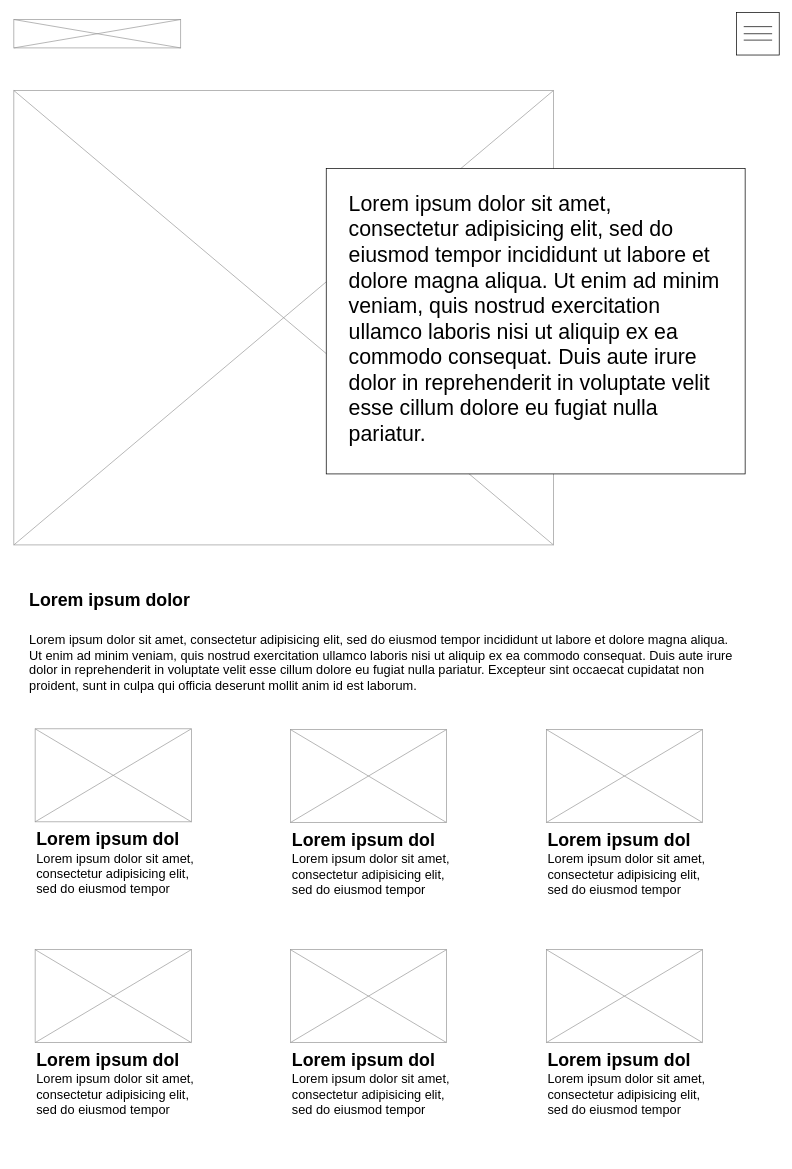
Tolaji/wdd130 keeps this draw.io diagram as page "About" (3 of 5) of portfolio/Pelican Prince Profile.drawio. Above is the earlier version. Source tidied: cells renumbered, new cells numbered last; positions are measured from the earlier drawing's top-left corner, leaving out a move shared by most shapes. Both pictures are drawn from the tidied source at 71%, with x=0, y=0 at pixel (13, 12).
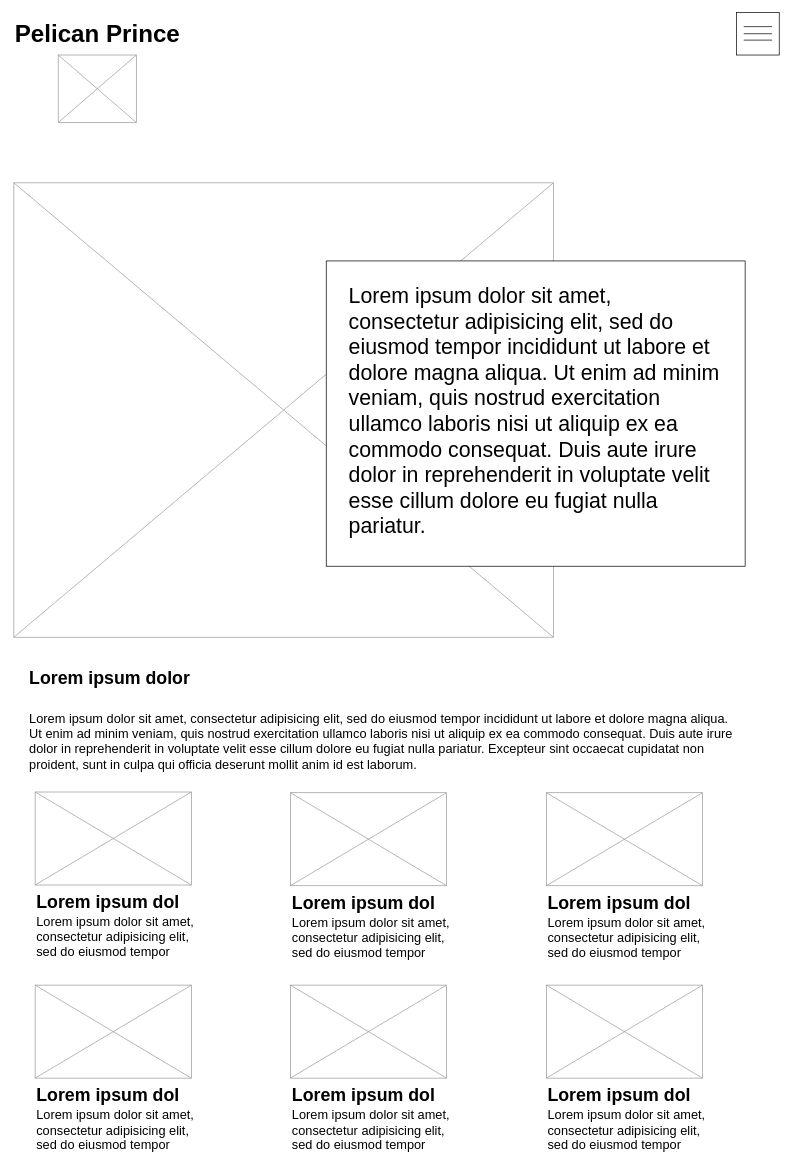
Above is the later version.

What changed in the source:
```diff
@@
     <mxCell id="2" value="Lorem ipsum dolor sit amet, consectetur adipisicing elit, sed do eiusmod tempor incididunt ut labore et dolore magna aliqua. Ut enim ad minim veniam, quis nostrud exercitation ullamco laboris nisi ut aliquip ex ea commodo consequat. Duis aute irure dolor in reprehenderit in voluptate velit esse cillum dolore eu fugiat nulla pariatur. Excepteur sint occaecat cupidatat non proident, sunt in culpa qui officia deserunt mollit anim id est laborum." style="text;spacingTop=-5;whiteSpace=wrap;html=1;align=left;fontSize=18;fontFamily=Helvetica;fillColor=none;strokeColor=none;" parent="1" vertex="1">
-      <mxGeometry x="20" y="872" width="1000" height="90" as="geometry" />
+      <mxGeometry x="20" y="983" width="1000" height="90" as="geometry" />
     </mxCell>
     <mxCell id="3" value="Lorem ipsum dolor&amp;nbsp;" style="text;spacingTop=-5;whiteSpace=wrap;html=1;align=left;fontSize=25;fontFamily=Helvetica;fillColor=none;strokeColor=none;fontStyle=1;verticalAlign=middle;" parent="1" vertex="1">
-      <mxGeometry x="20" y="803" width="240" height="50" as="geometry" />
+      <mxGeometry x="20" y="914" width="240" height="50" as="geometry" />
     </mxCell>
-    <mxCell id="4" style="verticalLabelPosition=bottom;shadow=0;dashed=0;align=center;html=1;verticalAlign=top;strokeWidth=1;shape=mxgraph.mockup.graphics.simpleIcon;strokeColor=#999999;" parent="1" vertex="1">
-      <mxGeometry y="10" width="235" height="40" as="geometry" />
-    </mxCell>
@@
     <mxCell id="11" style="group;" parent="1" vertex="1">
-      <mxGeometry x="30" y="1009" width="230" height="241" as="geometry" />
+      <mxGeometry x="30" y="1098" width="230" height="241" as="geometry" />
     </mxCell>
@@
     <mxCell id="16" style="group;" parent="1" vertex="1">
-      <mxGeometry x="389.5" y="1010" width="230" height="241" as="geometry" />
+      <mxGeometry x="389.5" y="1099" width="230" height="241" as="geometry" />
     </mxCell>
@@
     <mxCell id="21" style="group;" parent="1" vertex="1">
-      <mxGeometry x="750" y="1010" width="230" height="241" as="geometry" />
+      <mxGeometry x="750" y="1099" width="230" height="241" as="geometry" />
     </mxCell>
@@
     <mxCell id="26" style="group;" parent="1" vertex="1">
-      <mxGeometry x="30" y="1320" width="230" height="241" as="geometry" />
+      <mxGeometry x="30" y="1370" width="230" height="241" as="geometry" />
     </mxCell>
@@
     <mxCell id="31" style="group;" parent="1" vertex="1">
-      <mxGeometry x="389.5" y="1320" width="230" height="241" as="geometry" />
+      <mxGeometry x="389.5" y="1370" width="230" height="241" as="geometry" />
     </mxCell>
@@
     <mxCell id="36" style="group;" parent="1" vertex="1">
-      <mxGeometry x="750" y="1320" width="230" height="241" as="geometry" />
+      <mxGeometry x="750" y="1370" width="230" height="241" as="geometry" />
     </mxCell>
@@
     <mxCell id="41" style="verticalLabelPosition=bottom;shadow=0;dashed=0;align=center;html=1;verticalAlign=top;strokeWidth=1;shape=mxgraph.mockup.graphics.simpleIcon;strokeColor=#999999;fontSize=30;" parent="1" vertex="1">
-      <mxGeometry y="110" width="760" height="640" as="geometry" />
+      <mxGeometry y="240" width="760" height="640" as="geometry" />
     </mxCell>
     <mxCell id="42" style="rounded=0;whiteSpace=wrap;html=1;fontSize=30;" parent="1" vertex="1">
-      <mxGeometry x="440" y="220" width="590" height="430" as="geometry" />
+      <mxGeometry x="440" y="350" width="590" height="430" as="geometry" />
     </mxCell>
     <mxCell id="43" value="Lorem ipsum dolor sit amet, consectetur adipisicing elit, sed do eiusmod tempor incididunt ut labore et dolore magna aliqua. Ut enim ad minim veniam, quis nostrud exercitation ullamco laboris nisi ut aliquip ex ea commodo consequat. Duis aute irure dolor in reprehenderit in voluptate velit esse cillum dolore eu fugiat nulla pariatur." style="text;spacingTop=-5;whiteSpace=wrap;html=1;align=left;fontSize=30;fontFamily=Helvetica;fillColor=none;strokeColor=none;" parent="1" vertex="1">
-      <mxGeometry x="470" y="250" width="530" height="330" as="geometry" />
+      <mxGeometry x="470" y="380" width="530" height="330" as="geometry" />
     </mxCell>
+    <mxCell id="44" value="Pelican Prince" style="text;html=1;strokeColor=none;fillColor=none;align=center;verticalAlign=middle;whiteSpace=wrap;rounded=0;fontStyle=1;fontSize=34;" parent="1" vertex="1">
+      <mxGeometry x="-2.5" y="15" width="240" height="30" as="geometry" />
+    </mxCell>
+    <mxCell id="45" style="verticalLabelPosition=bottom;shadow=0;dashed=0;align=center;html=1;verticalAlign=top;strokeWidth=1;shape=mxgraph.mockup.graphics.simpleIcon;strokeColor=#999999;" parent="1" vertex="1">
+      <mxGeometry x="62.5" y="60" width="110" height="95" as="geometry" />
+    </mxCell>
```
